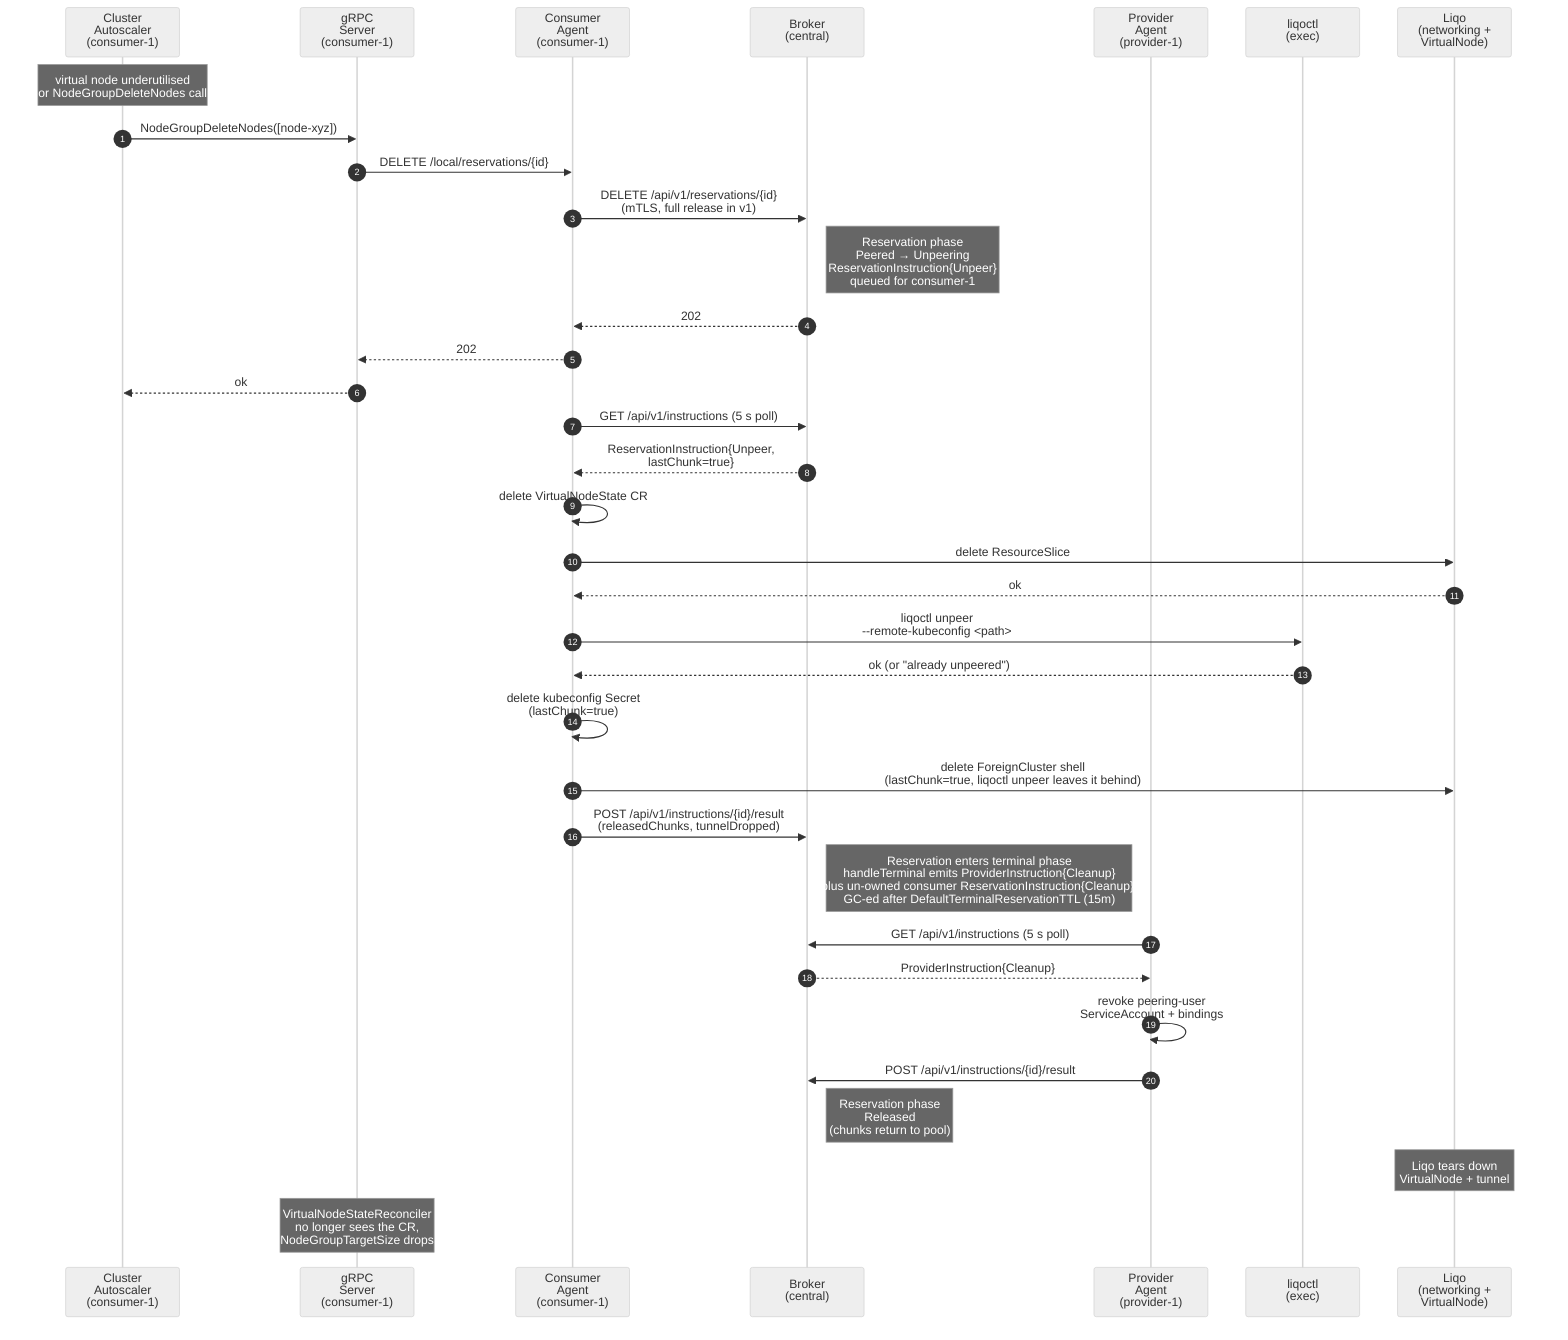
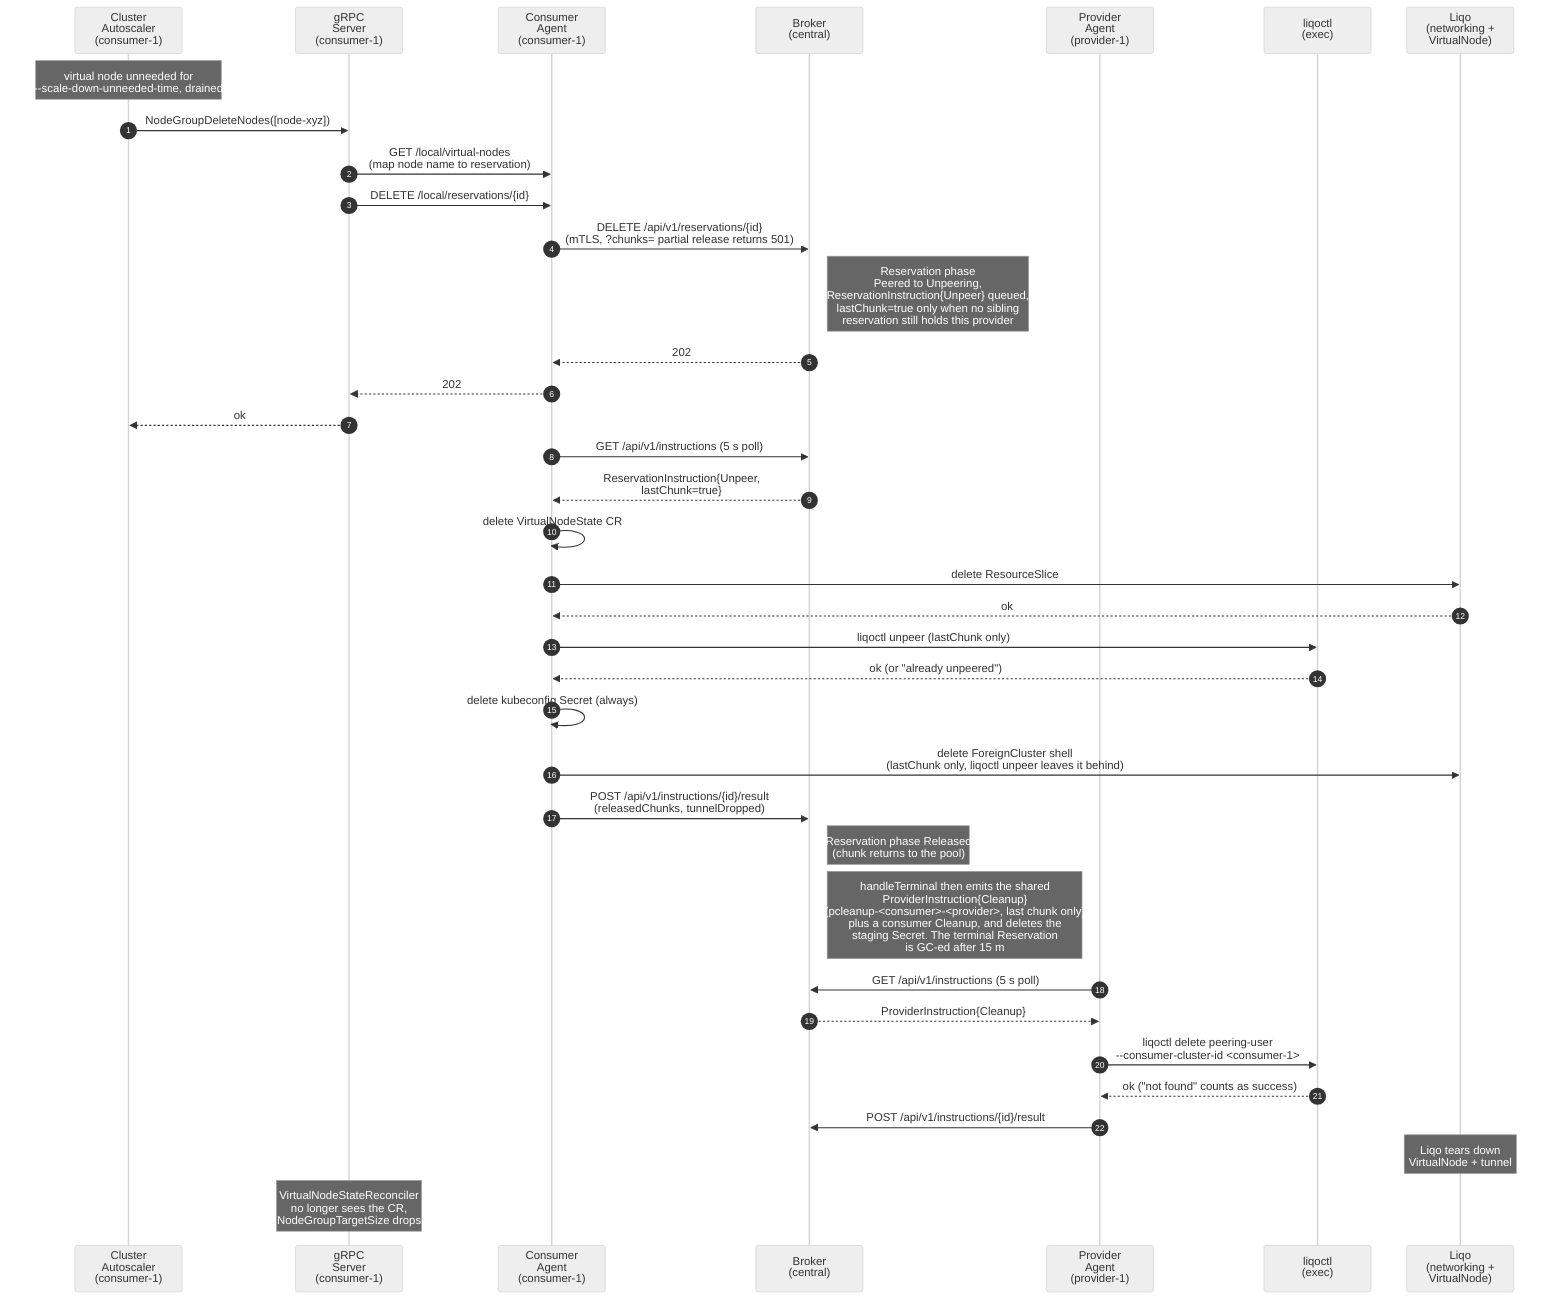
%%{init: {'theme': 'neutral'}}%%
- %% docs/design.md §8.3 — scale-down execution flow (as-built).
- %% Surfaces the liqoctl unpeer exec hop introduced in step 9.
+ %% docs/design.md §9.3 - scale-down execution flow (as-built).
%% Regenerate the PNG with: mmdc -i scale-down.mmd -o scale-down-execution-flow.png
sequenceDiagram
    autonumber
    participant CA  as Cluster<br/>Autoscaler<br/>(consumer-1)
    participant GS  as gRPC<br/>Server<br/>(consumer-1)
    participant CAg as Consumer<br/>Agent<br/>(consumer-1)
    participant Bk  as Broker<br/>(central)
    participant PAg as Provider<br/>Agent<br/>(provider-1)
    participant Lq  as liqoctl<br/>(exec)
    participant Lo  as Liqo<br/>(networking +<br/>VirtualNode)

-     Note over CA: virtual node underutilised<br/>or NodeGroupDeleteNodes call
+     Note over CA: virtual node unneeded for<br/>--scale-down-unneeded-time, drained
    CA->>GS: NodeGroupDeleteNodes([node-xyz])
+     GS->>CAg: GET /local/virtual-nodes<br/>(map node name to reservation)
    GS->>CAg: DELETE /local/reservations/{id}
-     CAg->>Bk: DELETE /api/v1/reservations/{id}<br/>(mTLS, full release in v1)
-     Note right of Bk: Reservation phase<br/>Peered → Unpeering<br/>ReservationInstruction{Unpeer}<br/>queued for consumer-1
+     CAg->>Bk: DELETE /api/v1/reservations/{id}<br/>(mTLS, ?chunks= partial release returns 501)
+     Note right of Bk: Reservation phase<br/>Peered to Unpeering,<br/>ReservationInstruction{Unpeer} queued,<br/>lastChunk=true only when no sibling<br/>reservation still holds this provider
    Bk-->>CAg: 202
    CAg-->>GS: 202
    GS-->>CA: ok

    CAg->>Bk: GET /api/v1/instructions (5 s poll)
    Bk-->>CAg: ReservationInstruction{Unpeer,<br/>lastChunk=true}
    CAg->>CAg: delete VirtualNodeState CR
    CAg->>Lo: delete ResourceSlice
    Lo-->>CAg: ok
-     CAg->>Lq: liqoctl unpeer<br/>--remote-kubeconfig <path>
+     CAg->>Lq: liqoctl unpeer (lastChunk only)
    Lq-->>CAg: ok (or "already unpeered")
-     CAg->>CAg: delete kubeconfig Secret<br/>(lastChunk=true)
-     CAg->>Lo: delete ForeignCluster shell<br/>(lastChunk=true, liqoctl unpeer leaves it behind)
+     CAg->>CAg: delete kubeconfig Secret (always)
+     CAg->>Lo: delete ForeignCluster shell<br/>(lastChunk only, liqoctl unpeer leaves it behind)
    CAg->>Bk: POST /api/v1/instructions/{id}/result<br/>(releasedChunks, tunnelDropped)
+     Note right of Bk: Reservation phase Released<br/>(chunk returns to the pool)

-     Note right of Bk: Reservation enters terminal phase<br/>handleTerminal emits ProviderInstruction{Cleanup}<br/>plus un-owned consumer ReservationInstruction{Cleanup},<br/>GC-ed after DefaultTerminalReservationTTL (15m)
+     Note right of Bk: handleTerminal then emits the shared<br/>ProviderInstruction{Cleanup}<br/>(pcleanup-<consumer>-<provider>, last chunk only)<br/>plus a consumer Cleanup, and deletes the<br/>staging Secret. The terminal Reservation<br/>is GC-ed after 15 m
    PAg->>Bk: GET /api/v1/instructions (5 s poll)
    Bk-->>PAg: ProviderInstruction{Cleanup}
-     PAg->>PAg: revoke peering-user<br/>ServiceAccount + bindings
+     PAg->>Lq: liqoctl delete peering-user<br/>--consumer-cluster-id <consumer-1>
+     Lq-->>PAg: ok ("not found" counts as success)
    PAg->>Bk: POST /api/v1/instructions/{id}/result
-     Note right of Bk: Reservation phase<br/>Released<br/>(chunks return to pool)

    Note over Lo: Liqo tears down<br/>VirtualNode + tunnel
    Note over GS: VirtualNodeStateReconciler<br/>no longer sees the CR,<br/>NodeGroupTargetSize drops
